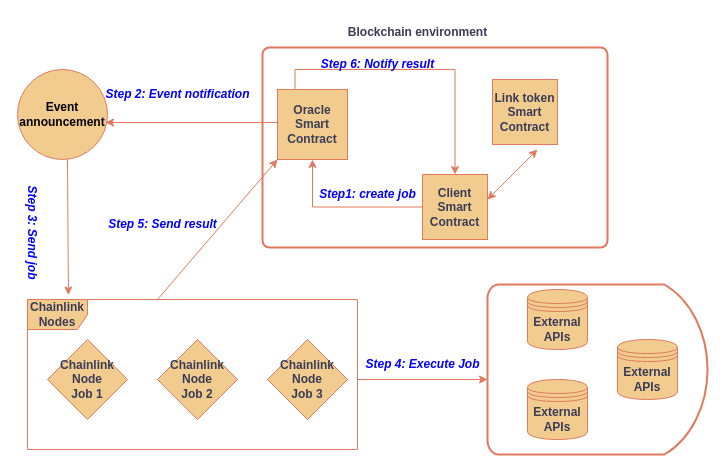
Before: chainlink-flow.drawio in SivAlka/innovate, a draw.io diagram. Source tidied: cells renumbered, new cells numbered last; positions are measured from the earlier drawing's top-left corner, leaving out a move shared by most shapes. Both pictures are drawn from the tidied source at 100%, with x=0, y=0 at pixel (-28, 17).
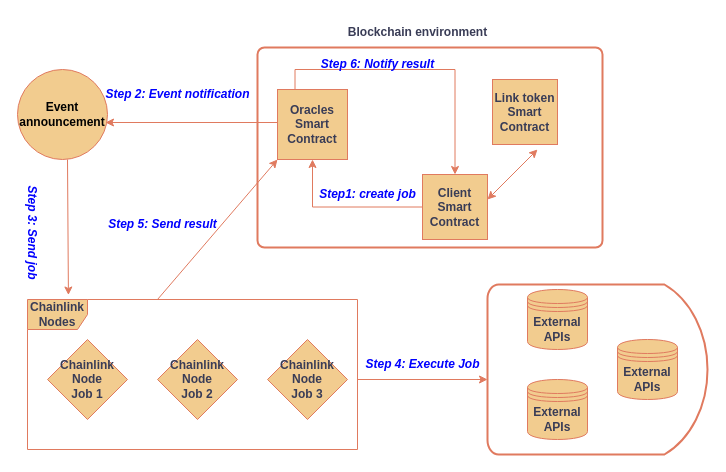
After the change.

The edit, as a diff of the source:
```diff
@@
-    <mxCell id="5" value="Oracle Smart Contract" style="whiteSpace=wrap;html=1;labelBackgroundColor=none;fillColor=#F2CC8F;strokeColor=#E07A5F;fontColor=#393C56;fontStyle=1;" parent="1" vertex="1">
+    <mxCell id="5" value="Oracles Smart Contract" style="whiteSpace=wrap;html=1;labelBackgroundColor=none;fillColor=#F2CC8F;strokeColor=#E07A5F;fontColor=#393C56;fontStyle=1;" parent="1" vertex="1">
       <mxGeometry x="305" y="72" width="70" height="70" as="geometry" />
     </mxCell>
@@
     <mxCell id="24" style="rounded=1;whiteSpace=wrap;html=1;absoluteArcSize=1;arcSize=14;strokeWidth=2;strokeColor=#E07A5F;fontColor=#393C56;fillColor=none;fontStyle=0;" parent="1" vertex="1">
-      <mxGeometry x="290" y="30" width="345" height="200" as="geometry" />
+      <mxGeometry x="285" y="30" width="345" height="200" as="geometry" />
     </mxCell>
```
